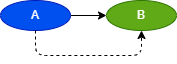
Above: Language/png/Seq11.dio.png in DualsoftDev/ds (draw.io), before the change. Source tidied: cells renumbered, new cells last; positions are measured from the earlier drawing's top-left corner, leaving out a move shared by most shapes.
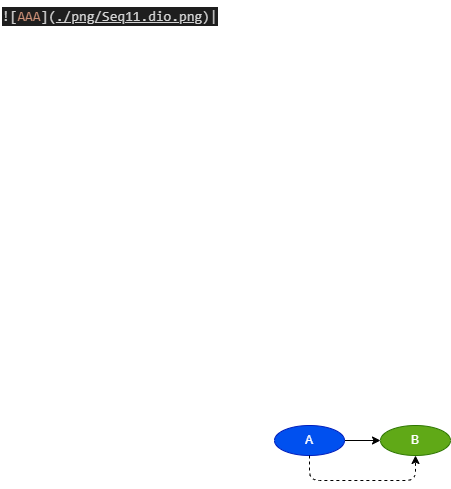
After the change.

Diff of the diagram source:
```diff
@@ -19,5 +19,8 @@
     <mxCell id="5" value="B" style="ellipse;whiteSpace=wrap;html=1;fillColor=#60a917;fontColor=#ffffff;strokeColor=#2D7600;" parent="1" vertex="1">
       <mxGeometry x="106" width="70" height="30" as="geometry" />
     </mxCell>
+    <mxCell id="6" value="&lt;div style=&quot;color: rgb(212, 212, 212); background-color: rgb(30, 30, 30); font-family: consolas, &amp;quot;courier new&amp;quot;, monospace; font-weight: normal; font-size: 14px; line-height: 19px;&quot;&gt;&lt;div&gt;&lt;span style=&quot;color: #d4d4d4&quot;&gt;![&lt;/span&gt;&lt;span style=&quot;color: #ce9178&quot;&gt;AAA&lt;/span&gt;&lt;span style=&quot;color: #d4d4d4&quot;&gt;](&lt;/span&gt;&lt;span style=&quot;color: #d4d4d4 ; text-decoration: underline&quot;&gt;./png/Seq11.dio.png&lt;/span&gt;&lt;span style=&quot;color: #d4d4d4&quot;&gt;)|&lt;/span&gt;&lt;/div&gt;&lt;/div&gt;" style="text;whiteSpace=wrap;html=1;" parent="1" vertex="1">
+      <mxGeometry x="-274" y="-425" width="240" height="30" as="geometry" />
+    </mxCell>
   </root>
 </mxGraphModel>
```
